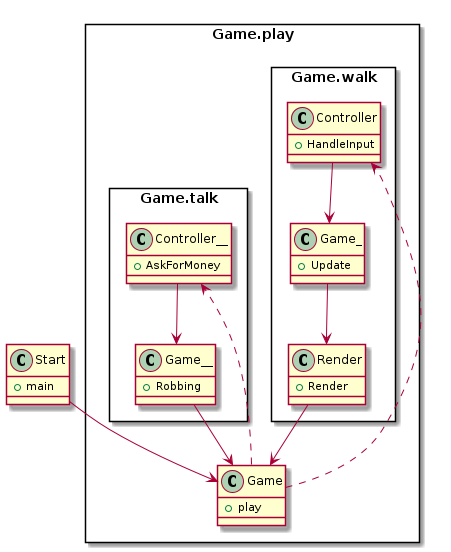
laurasdejong/CppND-Capstone-Robber-Game keeps this PlantUML diagram as doc/code_structure.png. Above is the earlier version.
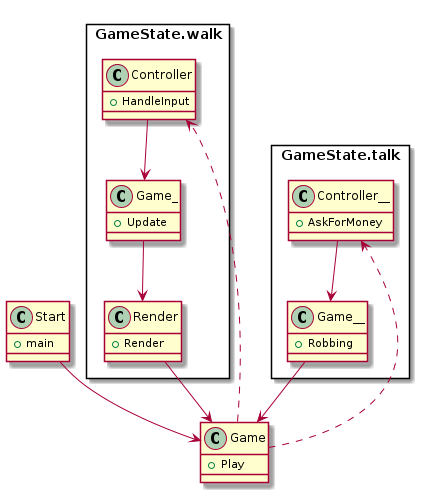
The same diagram one commit later.

Commit message:
implemented fundation for switching modes, and renamed run to play

The edit, as a diff of the source:
```diff
@@ -5,14 +5,13 @@
 }
 
 
-package Game.play <<Rectangle>>{
   class Game {
-    + play
+    + Play
   }
 
-  .Start --> Game
+  Start --> Game
 
-  package Game.walk <<Rectangle>>{
+  package GameState.walk <<Rectangle>>{
     class Controller {
     + HandleInput
     }
@@ -25,14 +24,13 @@
     + Render
     }
 
-
     .Game ..> Controller
     Controller --> Game_
     Game_ --> Render
     Render --> .Game
   }
 
-  package Game.talk <<Rectangle>>{
+  package GameState.talk <<Rectangle>>{
     class Controller__ {
       + AskForMoney
     }
@@ -45,6 +43,5 @@
   }
 
 
-}
 
 @enduml
```
